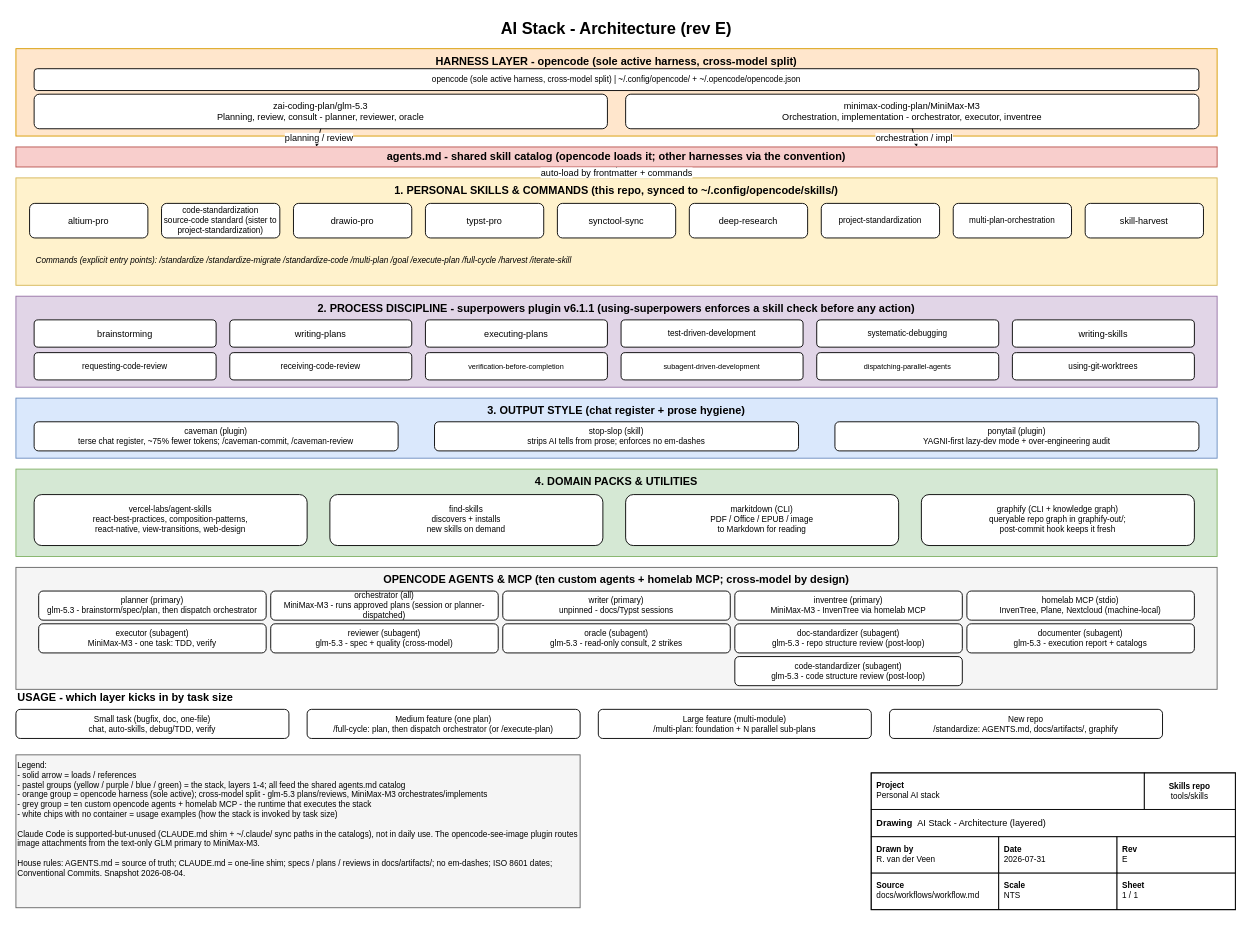
This is docs/workflows/stack.drawio from RubenVanDerVeen/skills, a draw.io file, before an edit. Source tidied: cells renumbered, new cells numbered last; positions are measured from the earlier drawing's top-left corner, leaving out a move shared by most shapes. Both pictures are drawn from the tidied source at 91%, with x=0, y=0 at pixel (15, 15).
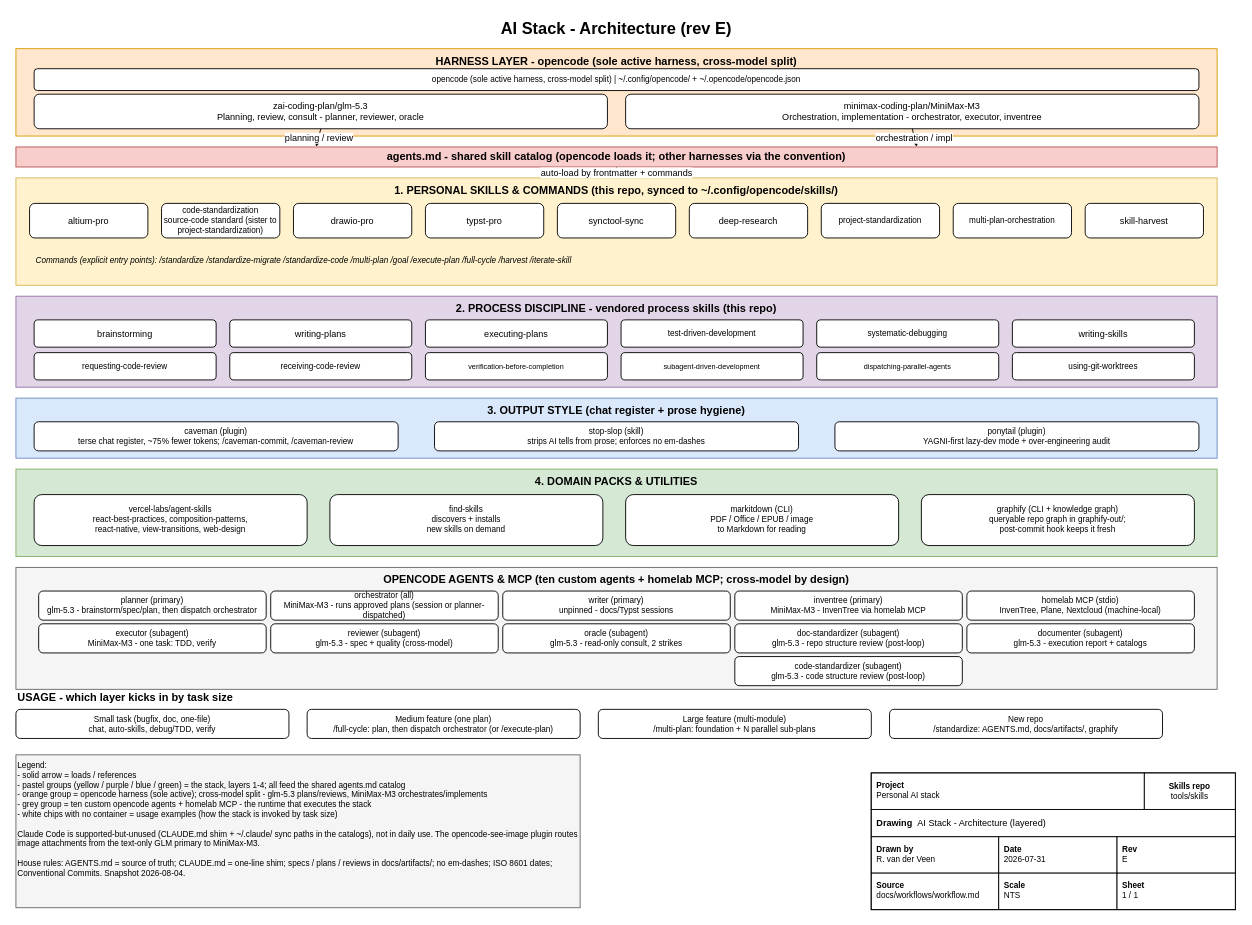
The same diagram, later.

Commit message (it also covers changes not shown here):
docs(skills): point live flows at vendored process skills, drop superpowers namespace

Diff of the diagram source:
```diff
@@
-    <mxCell id="19" value="2. PROCESS DISCIPLINE - superpowers plugin v6.1.1 (using-superpowers enforces a skill check before any action)" style="rounded=0;whiteSpace=wrap;html=1;fillColor=#e1d5e7;strokeColor=#9673a6;verticalAlign=top;fontStyle=1;fontSize=12;" parent="1" vertex="1">
+    <mxCell id="19" value="2. PROCESS DISCIPLINE - vendored process skills (this repo)" style="rounded=0;whiteSpace=wrap;html=1;fillColor=#e1d5e7;strokeColor=#9673a6;verticalAlign=top;fontStyle=1;fontSize=12;" parent="1" vertex="1">
       <mxGeometry y="308" width="1320" height="100" as="geometry" />
     </mxCell>
```
